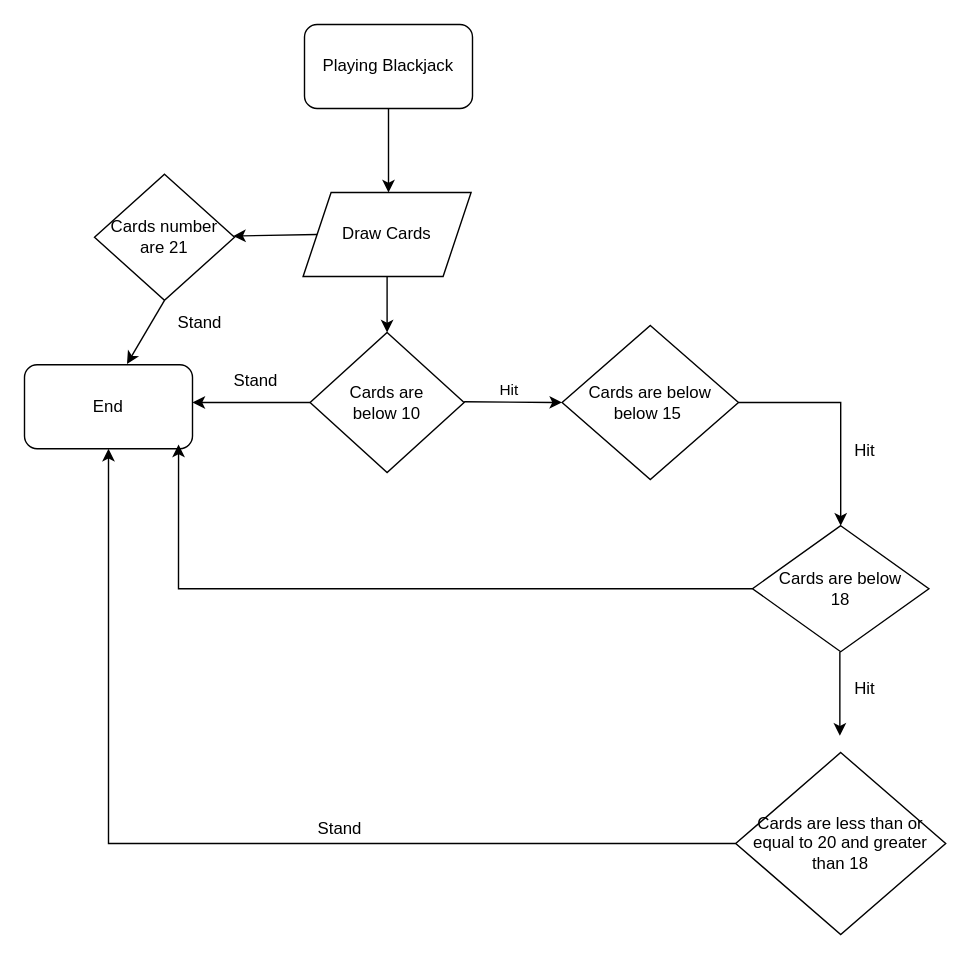
hnnhpdll/CCINCOML_EXERCISES_COM23P keeps this draw.io diagram as blackjack.drawio. Above is the earlier version. Source tidied: cells renumbered, new cells numbered last; positions are measured from the earlier drawing's top-left corner, leaving out a move shared by most shapes. Both pictures are drawn from the tidied source at 140%, with x=0, y=0 at pixel (24, 24).
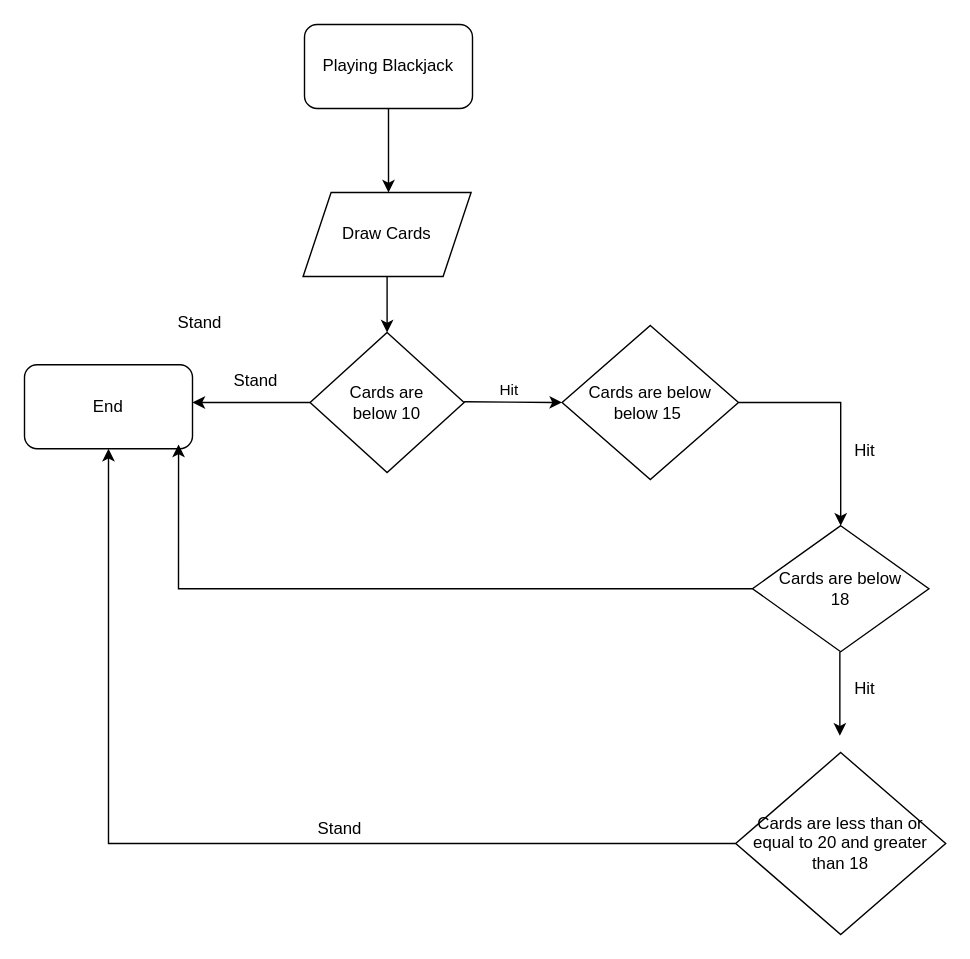
The same diagram, later.

Unchanged cells that the change refers to:
```xml
<mxCell id="3" value="Draw Cards" style="shape=parallelogram;perimeter=parallelogramPerimeter;whiteSpace=wrap;html=1;fixedSize=1;" parent="1" vertex="1">
  <mxGeometry x="199" y="120" width="120" height="60" as="geometry" />
</mxCell>
<mxCell id="9" value="End" style="rounded=1;whiteSpace=wrap;html=1;" parent="1" vertex="1">
  <mxGeometry y="243" width="120" height="60" as="geometry" />
</mxCell>
```

Diff of the diagram source:
```diff
@@
-    <mxCell id="11" style="endArrow=classic;html=1;rounded=0;exitX=0;exitY=0.5;exitDx=0;exitDy=0;" parent="1" edge="1" source="3" target="12">
-      <mxGeometry relative="1" as="geometry" />
-    </mxCell>
-    <mxCell id="12" value="Cards number&lt;br&gt;are 21" style="rhombus;whiteSpace=wrap;html=1;" parent="1" vertex="1">
-      <mxGeometry x="50" y="107" width="100" height="90" as="geometry" />
-    </mxCell>
-    <mxCell id="13" style="endArrow=classic;html=1;rounded=0;exitX=0.5;exitY=1;exitDx=0;exitDy=0;entryX=0.61;entryY=-0.008;entryDx=0;entryDy=0;entryPerimeter=0;" parent="1" edge="1" source="12" target="9">
-      <mxGeometry relative="1" as="geometry" />
-    </mxCell>
```
